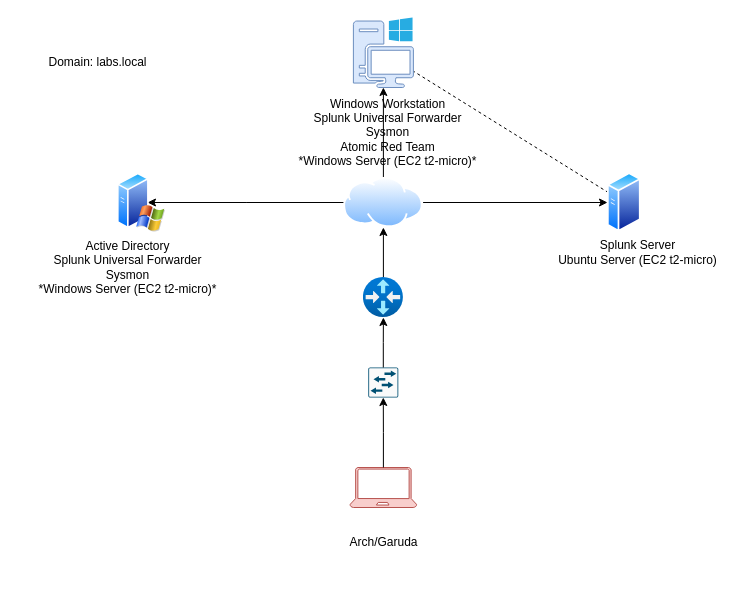
Above: AD-aws.drawio in uhtred-X/Visuals (draw.io), before the change. Source tidied: cells renumbered, new cells numbered last; positions are measured from the earlier drawing's top-left corner, leaving out a move shared by most shapes. Both pictures are drawn from the tidied source at 100%, with x=0, y=0 at pixel (27, 17).
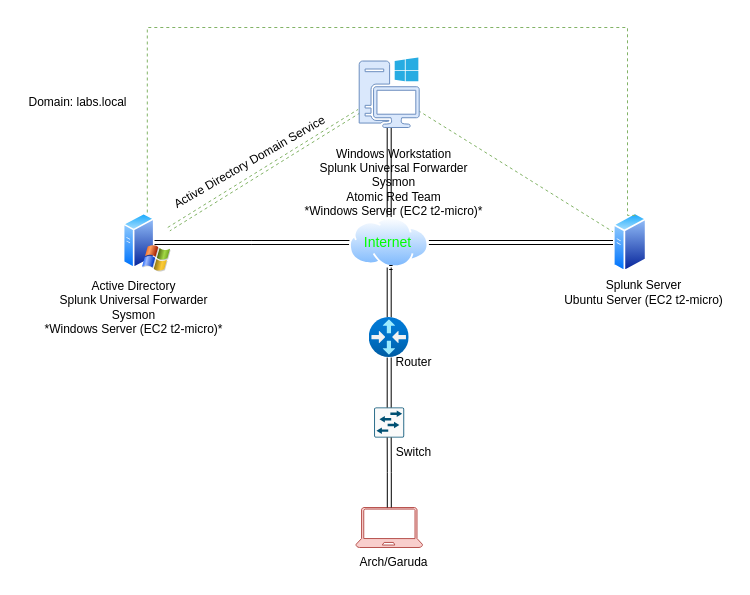
The same diagram, later.

What changed in the source:
```diff
@@
-    <mxCell id="2" style="edgeStyle=orthogonalEdgeStyle;rounded=0;jettySize=auto;html=1;" parent="1" edge="1" source="5">
+    <mxCell id="2" style="edgeStyle=orthogonalEdgeStyle;rounded=0;jettySize=auto;html=1;shape=link;" parent="1" edge="1" source="5">
       <mxGeometry relative="1" as="geometry">
-        <mxPoint x="120" y="185" as="targetPoint" />
+        <mxPoint x="125.8" y="225" as="targetPoint" />
       </mxGeometry>
     </mxCell>
-    <mxCell id="3" style="edgeStyle=orthogonalEdgeStyle;rounded=0;jettySize=auto;html=1;" parent="1" edge="1" source="5" target="13">
+    <mxCell id="3" style="edgeStyle=orthogonalEdgeStyle;rounded=0;jettySize=auto;html=1;shape=link;" parent="1" edge="1" source="5" target="13">
       <mxGeometry relative="1" as="geometry" />
     </mxCell>
-    <mxCell id="4" style="edgeStyle=orthogonalEdgeStyle;rounded=0;jettySize=auto;html=1;entryX=0;entryY=0.5;entryDx=0;entryDy=0;" parent="1" edge="1" source="5" target="10">
+    <mxCell id="4" style="edgeStyle=orthogonalEdgeStyle;rounded=0;jettySize=auto;html=1;entryX=0;entryY=0.5;entryDx=0;entryDy=0;shape=link;" parent="1" edge="1" source="5" target="10">
       <mxGeometry relative="1" as="geometry" />
     </mxCell>
     <mxCell id="5" style="image;perimeter=ellipsePerimeter;html=1;align=center;shadow=0;dashed=0;spacingTop=3;image=img/lib/active_directory/internet_cloud.svg;" parent="1" vertex="1">
-      <mxGeometry x="316.2" y="160" width="79.4" height="50" as="geometry" />
+      <mxGeometry x="322" y="200" width="79.4" height="50" as="geometry" />
     </mxCell>
-    <mxCell id="6" style="edgeStyle=orthogonalEdgeStyle;rounded=0;jettySize=auto;html=1;entryX=0.5;entryY=1;entryDx=0;entryDy=0;" parent="1" edge="1" source="7" target="5">
-      <mxGeometry relative="1" as="geometry" />
+    <mxCell id="6" style="edgeStyle=orthogonalEdgeStyle;rounded=0;jettySize=auto;html=1;entryX=0.5;entryY=1;entryDx=0;entryDy=0;shape=link;" parent="1" edge="1" target="5">
+      <mxGeometry relative="1" as="geometry">
+        <mxPoint x="365.1" y="250" as="sourcePoint" />
+      </mxGeometry>
     </mxCell>
+    <mxCell id="21" style="edgeStyle=orthogonalEdgeStyle;rounded=0;jettySize=auto;html=1;shape=link;" parent="1" edge="1" source="7" target="5">
+      <mxGeometry relative="1" as="geometry" />
+    </mxCell>
     <mxCell id="7" style="image;html=1;points=[];align=center;fontSize=12;image=img/lib/azure2/networking/Virtual_Router.svg;" parent="1" vertex="1">
-      <mxGeometry x="335.9" y="260" width="40" height="40" as="geometry" />
+      <mxGeometry x="341.7" y="300" width="40" height="40" as="geometry" />
     </mxCell>
     <mxCell id="8" style="sketch=0;points=[[0.015,0.015,0],[0.985,0.015,0],[0.985,0.985,0],[0.015,0.985,0],[0.25,0,0],[0.5,0,0],[0.75,0,0],[1,0.25,0],[1,0.5,0],[1,0.75,0],[0.75,1,0],[0.5,1,0],[0.25,1,0],[0,0.75,0],[0,0.5,0],[0,0.25,0]];verticalLabelPosition=bottom;html=1;verticalAlign=top;align=center;shape=mxgraph.cisco19.rect;prIcon=l2_switch;fillColor=#FAFAFA;strokeColor=#005073;" parent="1" vertex="1">
-      <mxGeometry x="340.8" y="350" width="30" height="30" as="geometry" />
+      <mxGeometry x="346.7" y="390" width="30" height="30" as="geometry" />
     </mxCell>
-    <mxCell id="9" style="rounded=0;jettySize=auto;html=1;dashed=1;endArrow=none;endFill=0;" parent="1" edge="1" source="10" target="13">
+    <mxCell id="9" style="rounded=0;jettySize=auto;html=1;dashed=1;endArrow=none;endFill=0;fillColor=#d5e8d4;strokeColor=#82b366;" parent="1" edge="1" source="10" target="13">
       <mxGeometry relative="1" as="geometry" />
     </mxCell>
     <mxCell id="10" style="image;perimeter=ellipsePerimeter;html=1;align=center;shadow=0;dashed=0;spacingTop=3;image=img/lib/active_directory/generic_server.svg;" parent="1" vertex="1">
-      <mxGeometry x="580" y="155" width="33.6" height="60" as="geometry" />
+      <mxGeometry x="585.9" y="195" width="33.6" height="60" as="geometry" />
     </mxCell>
+    <mxCell id="22" style="rounded=0;jettySize=auto;html=1;shape=link;dashed=1;fillColor=#d5e8d4;strokeColor=#82b366;" parent="1" edge="1" source="11" target="13">
+      <mxGeometry relative="1" as="geometry" />
+    </mxCell>
+    <mxCell id="23" style="edgeStyle=orthogonalEdgeStyle;rounded=0;jettySize=auto;html=1;entryX=0.75;entryY=0;entryDx=0;entryDy=0;dashed=1;fillColor=#d5e8d4;strokeColor=#82b366;endArrow=none;endFill=0;" parent="1" edge="1" source="11" target="10">
+      <mxGeometry relative="1" as="geometry">
+        <Array as="points">
+          <mxPoint x="120" y="10" />
+          <mxPoint x="600" y="10" />
+          <mxPoint x="600" y="198" />
+        </Array>
+      </mxGeometry>
+    </mxCell>
     <mxCell id="11" style="image;perimeter=ellipsePerimeter;html=1;align=center;shadow=0;dashed=0;spacingTop=3;image=img/lib/active_directory/windows_server_2.svg;" parent="1" vertex="1">
-      <mxGeometry x="90" y="155" width="48" height="60" as="geometry" />
+      <mxGeometry x="95.8" y="195" width="48" height="60" as="geometry" />
     </mxCell>
     <mxCell id="12" style="sketch=0;shadow=0;dashed=0;html=1;strokeColor=#b85450;labelPosition=center;verticalLabelPosition=bottom;verticalAlign=top;align=center;fillColor=#f8cecc;shape=mxgraph.azure.laptop;" parent="1" vertex="1">
-      <mxGeometry x="322.5" y="450" width="66.7" height="40" as="geometry" />
+      <mxGeometry x="328.4" y="490" width="66.7" height="40" as="geometry" />
     </mxCell>
     <mxCell id="13" style="sketch=0;shadow=0;dashed=0;html=1;strokeColor=#6c8ebf;fillColor=#dae8fc;labelPosition=center;verticalLabelPosition=bottom;verticalAlign=top;outlineConnect=0;align=center;shape=mxgraph.office.devices.workstation_pc;" parent="1" vertex="1">
-      <mxGeometry x="325.9" width="60" height="70" as="geometry" />
+      <mxGeometry x="331.7" y="40" width="60" height="70" as="geometry" />
     </mxCell>
-    <mxCell id="14" style="edgeStyle=orthogonalEdgeStyle;rounded=0;jettySize=auto;html=1;entryX=0.5;entryY=1;entryDx=0;entryDy=0;entryPerimeter=0;" parent="1" edge="1" source="8" target="7">
+    <mxCell id="14" style="edgeStyle=orthogonalEdgeStyle;rounded=0;jettySize=auto;html=1;entryX=0.5;entryY=1;entryDx=0;entryDy=0;entryPerimeter=0;shape=link;" parent="1" edge="1" source="8" target="7">
       <mxGeometry relative="1" as="geometry" />
     </mxCell>
-    <mxCell id="15" style="edgeStyle=orthogonalEdgeStyle;rounded=0;jettySize=auto;html=1;entryX=0.5;entryY=1;entryDx=0;entryDy=0;entryPerimeter=0;" parent="1" edge="1" source="12" target="8">
+    <mxCell id="15" style="edgeStyle=orthogonalEdgeStyle;rounded=0;jettySize=auto;html=1;entryX=0.5;entryY=1;entryDx=0;entryDy=0;entryPerimeter=0;shape=link;" parent="1" edge="1" source="12" target="8">
       <mxGeometry relative="1" as="geometry" />
     </mxCell>
     <mxCell id="16" value="Arch/Garuda" style="text;html=1;align=center;verticalAlign=middle;strokeColor=none;fillColor=none;" parent="1" vertex="1">
-      <mxGeometry x="310.9" y="510" width="90" height="30" as="geometry" />
+      <mxGeometry x="320.9" y="530" width="90" height="30" as="geometry" />
     </mxCell>
     <mxCell id="17" value="&lt;div&gt;Splunk Server&lt;/div&gt;&lt;div&gt;Ubuntu Server (EC2 t2-micro)&lt;/div&gt;" style="text;html=1;align=center;verticalAlign=middle;strokeColor=none;fillColor=none;" parent="1" vertex="1">
-      <mxGeometry x="520" y="215" width="180" height="40" as="geometry" />
+      <mxGeometry x="525.9" y="255" width="180" height="40" as="geometry" />
     </mxCell>
     <mxCell id="18" value="&lt;div&gt;Active Directory&lt;/div&gt;&lt;div&gt;Splunk Universal Forwarder&lt;/div&gt;&lt;div&gt;Sysmon&lt;/div&gt;&lt;div&gt;*Windows Server (EC2 t2-micro)*&lt;br&gt;&lt;/div&gt;" style="text;html=1;align=center;verticalAlign=middle;strokeColor=none;fillColor=none;" parent="1" vertex="1">
-      <mxGeometry y="215" width="200" height="70" as="geometry" />
+      <mxGeometry x="5.8" y="255" width="200" height="70" as="geometry" />
     </mxCell>
     <mxCell id="19" value="&lt;div&gt;Windows Workstation&lt;br&gt;&lt;/div&gt;&lt;div&gt;Splunk Universal Forwarder&lt;/div&gt;&lt;div&gt;Sysmon&lt;/div&gt;&lt;div&gt;Atomic Red Team&lt;br&gt;&lt;/div&gt;&lt;div&gt;*Windows Server (EC2 t2-micro)*&lt;br&gt;&lt;/div&gt;" style="text;html=1;align=center;verticalAlign=middle;strokeColor=none;fillColor=none;" parent="1" vertex="1">
-      <mxGeometry x="260" y="70" width="200" height="90" as="geometry" />
+      <mxGeometry x="265.9" y="120" width="200" height="90" as="geometry" />
     </mxCell>
     <mxCell id="20" value="Domain: labs.local" style="text;html=1;align=center;verticalAlign=middle;strokeColor=none;fillColor=none;" parent="1" vertex="1">
-      <mxGeometry x="10" y="30" width="120" height="30" as="geometry" />
+      <mxGeometry x="-10" y="70" width="120" height="30" as="geometry" />
     </mxCell>
+    <mxCell id="24" value="&lt;font style=&quot;font-size: 14px;&quot; color=&quot;#00ff00&quot;&gt;Internet&lt;/font&gt;" style="text;html=1;align=center;verticalAlign=middle;strokeColor=none;fillColor=none;" parent="1" vertex="1">
+      <mxGeometry x="325" y="210" width="70" height="30" as="geometry" />
+    </mxCell>
+    <mxCell id="25" value="Router" style="text;html=1;align=center;verticalAlign=middle;strokeColor=none;fillColor=none;" parent="1" vertex="1">
+      <mxGeometry x="355.9" y="330" width="60" height="30" as="geometry" />
+    </mxCell>
+    <mxCell id="26" value="Switch" style="text;html=1;align=center;verticalAlign=middle;strokeColor=none;fillColor=none;" parent="1" vertex="1">
+      <mxGeometry x="355.9" y="420" width="60" height="30" as="geometry" />
+    </mxCell>
+    <mxCell id="27" value="Active Directory Domain Service" style="text;html=1;align=center;verticalAlign=middle;strokeColor=none;fillColor=none;rotation=-30;" parent="1" vertex="1">
+      <mxGeometry x="122" y="130" width="200" height="30" as="geometry" />
+    </mxCell>
```
